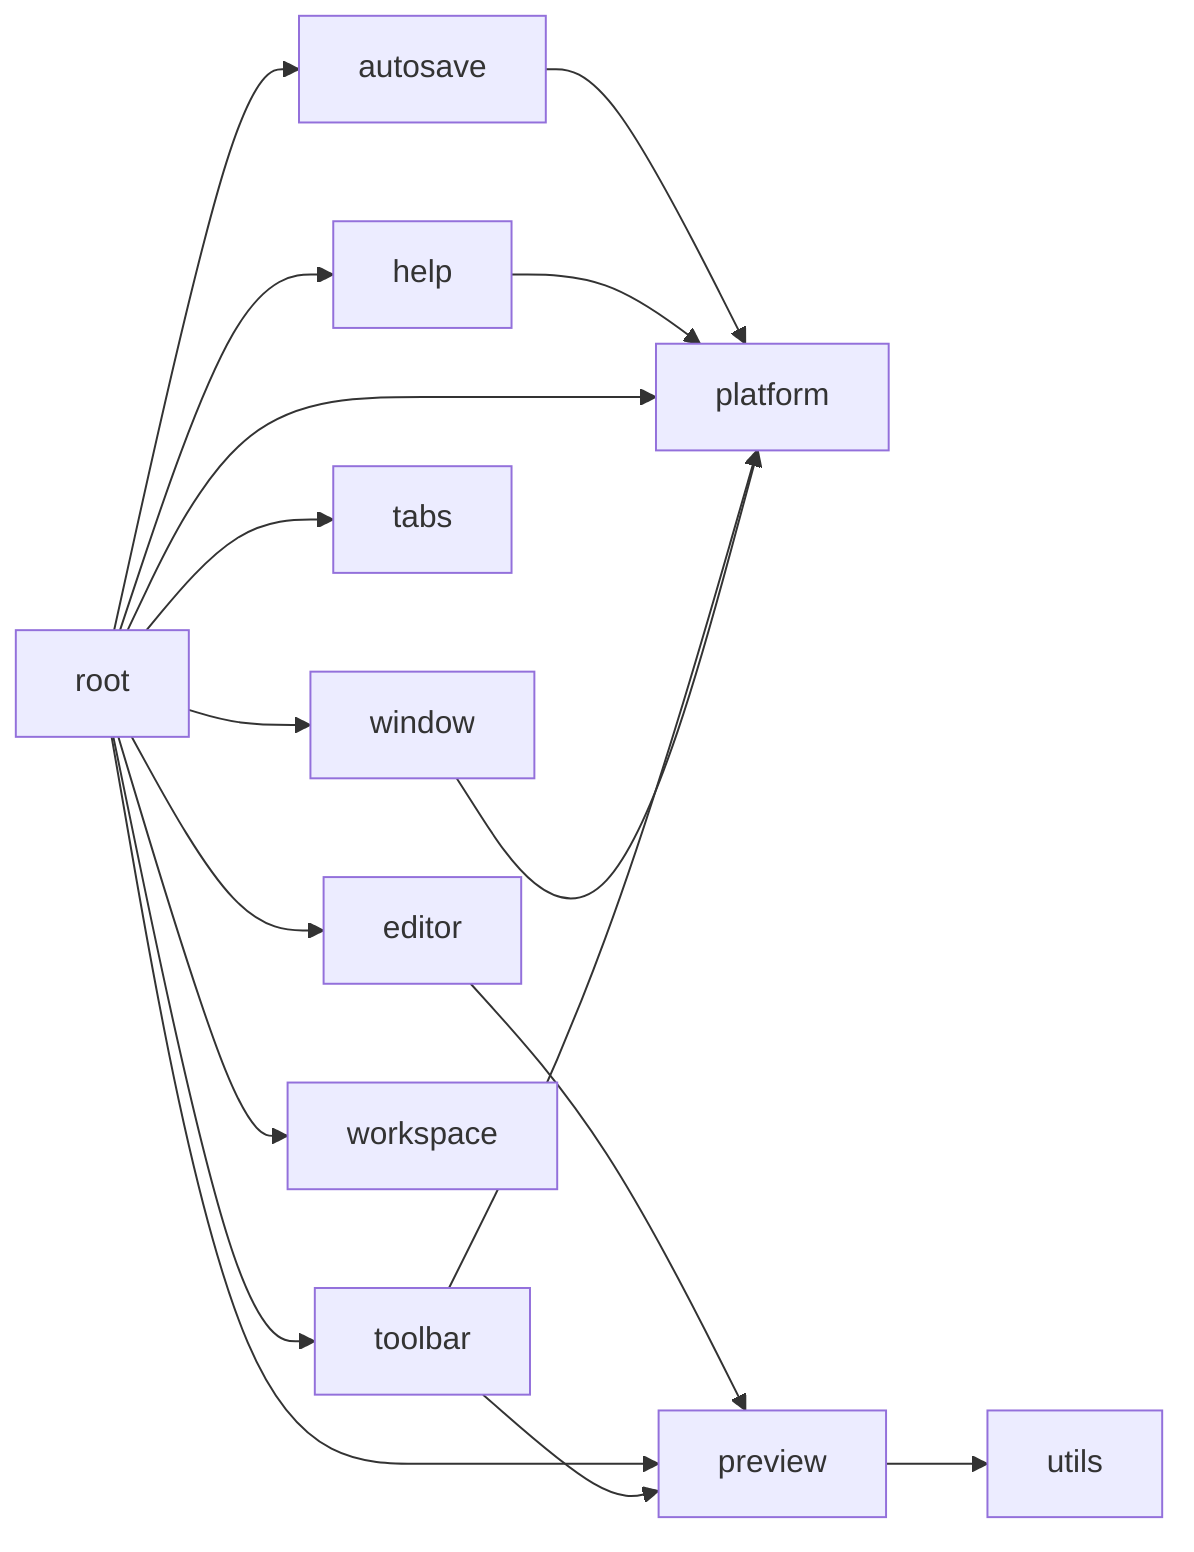
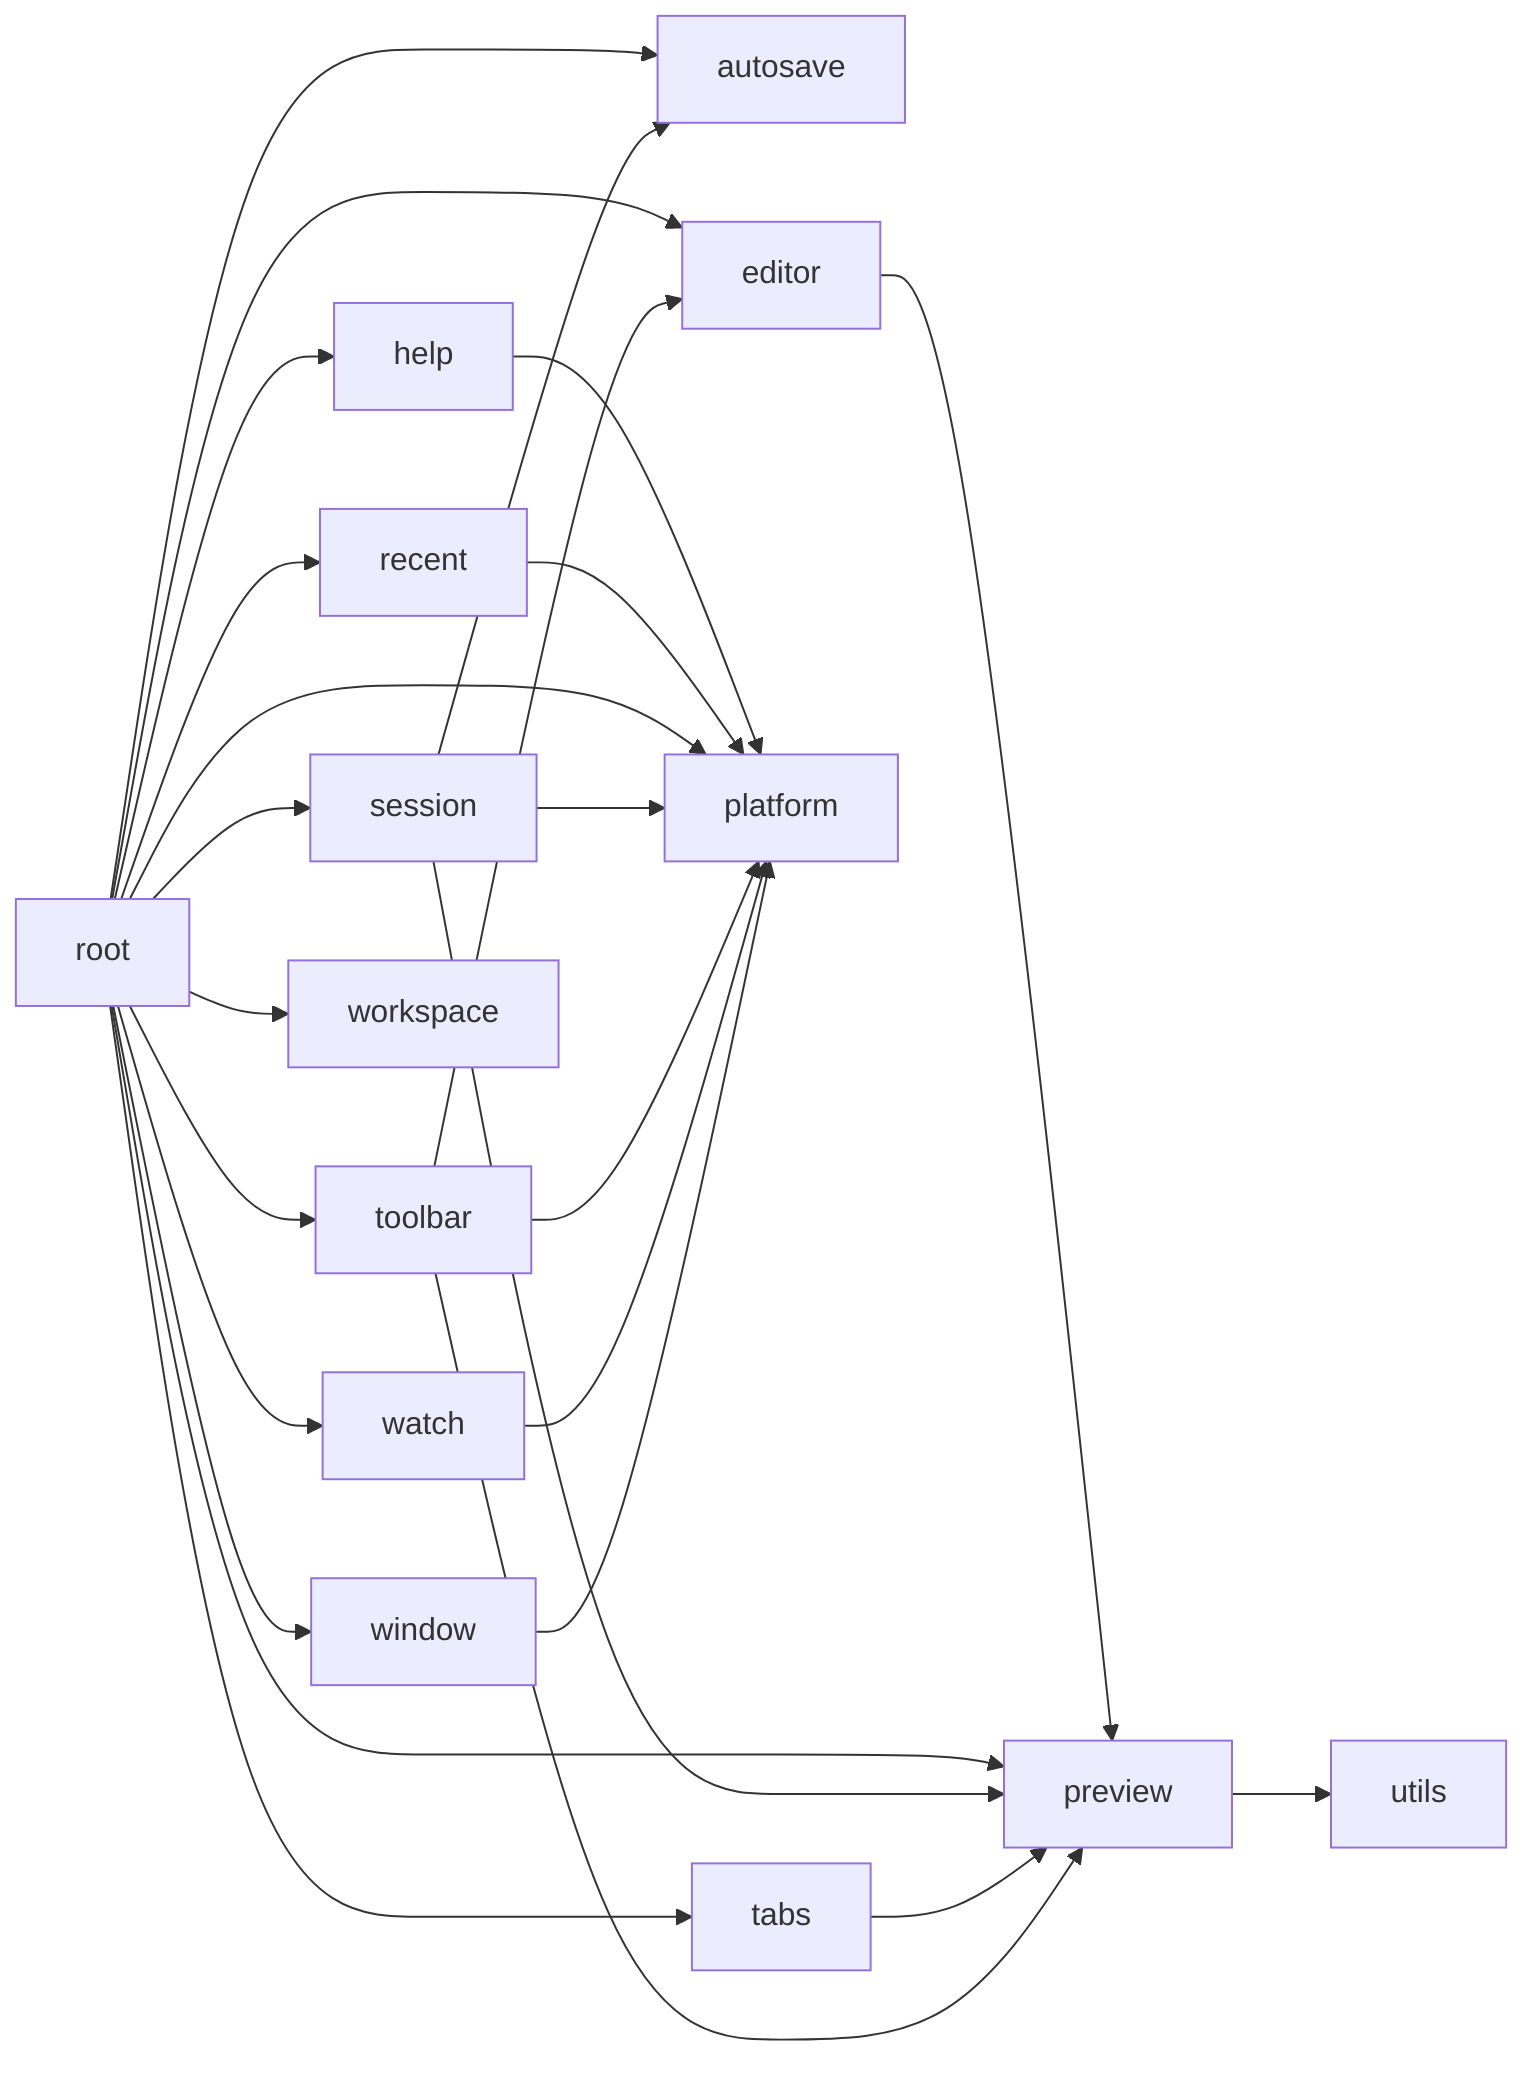
graph LR
  autosave["autosave"]
  editor["editor"]
  help["help"]
  platform["platform"]
  preview["preview"]
+   recent["recent"]
  root["root"]
+   session["session"]
  tabs["tabs"]
  toolbar["toolbar"]
  utils["utils"]
+   watch["watch"]
  window["window"]
  workspace["workspace"]
-   autosave --> platform
  editor --> preview
  help --> platform
  preview --> utils
+   recent --> platform
  root --> autosave
  root --> editor
  root --> help
  root --> platform
  root --> preview
+   root --> recent
+   root --> session
  root --> tabs
  root --> toolbar
+   root --> watch
  root --> window
  root --> workspace
+   session --> autosave
+   session --> platform
+   session --> preview
+   tabs --> preview
+   toolbar --> editor
  toolbar --> platform
  toolbar --> preview
+   watch --> platform
  window --> platform
